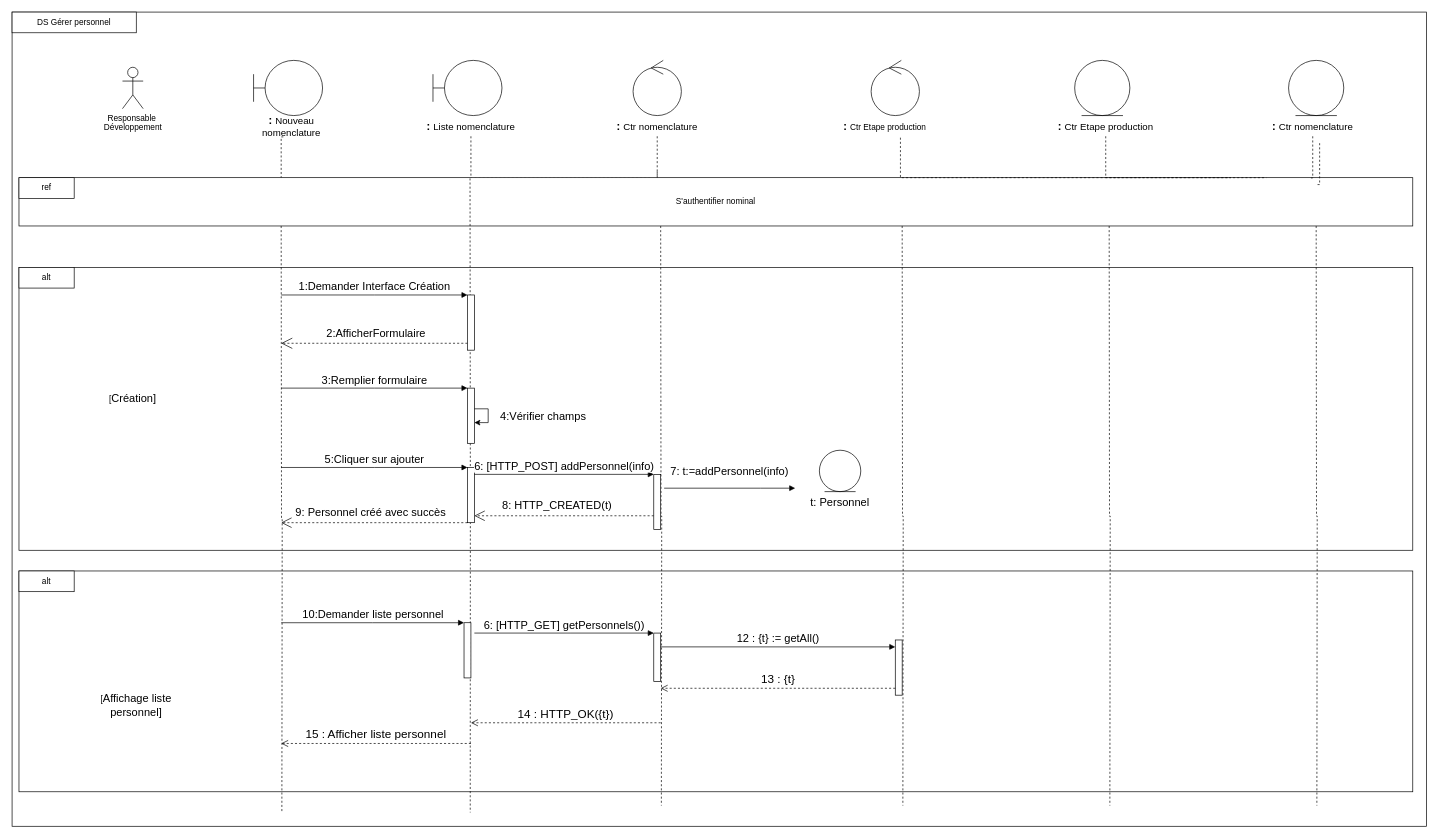
Earlier version of the draw.io diagram dsGérerNomenclature.drawio (AbdelazizBs/GPAO-SpringApp). Source tidied: cells renumbered, new cells numbered last; positions are measured from the earlier drawing's top-left corner, leaving out a move shared by most shapes. Both pictures are drawn from the tidied source at 69%, with x=0, y=0 at pixel (12, 12).
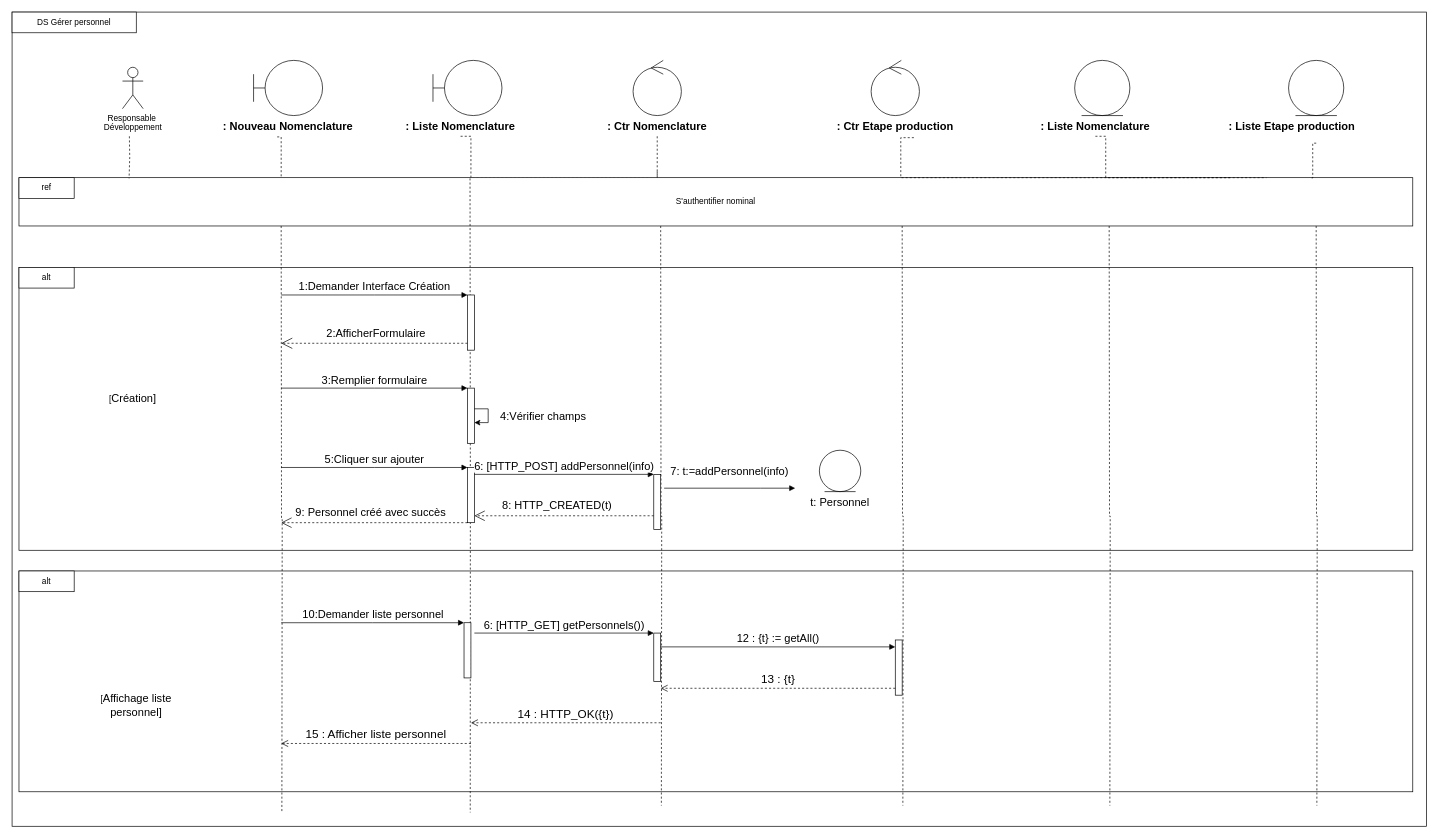
After the change.

Commit message (it also covers changes not shown here):
Mettre à jour dsGérerNomenclature.drawio

Unchanged cells that the change refers to:
```xml
<mxCell id="9" value="S'authentifier nominal" style="rounded=0;whiteSpace=wrap;html=1;" parent="1" vertex="1">
  <mxGeometry x="10" y="240" width="2020" height="70" as="geometry" />
</mxCell>
```

What changed in the source:
```diff
@@
     <mxCell id="7" style="edgeStyle=orthogonalEdgeStyle;rounded=0;jettySize=auto;html=1;entryX=0.454;entryY=0.013;entryDx=0;entryDy=0;entryPerimeter=0;endArrow=none;endFill=0;dashed=1;exitX=0.5;exitY=1;exitDx=0;exitDy=0;" parent="1" edge="1" source="18" target="9">
       <mxGeometry relative="1" as="geometry">
         <Array as="points">
+          <mxPoint x="665" y="180" />
           <mxPoint x="665" y="241" />
         </Array>
       </mxGeometry>
     </mxCell>
@@
-    <mxCell id="17" value="&lt;font style=&quot;&quot;&gt;&lt;b style=&quot;&quot;&gt;&lt;font style=&quot;font-size: 16px;&quot;&gt;: &lt;/font&gt;&lt;/b&gt;&lt;span style=&quot;font-size: 14px;&quot;&gt;Ctr nomenclature&lt;/span&gt;&lt;/font&gt;" style="text;html=1;strokeColor=none;fillColor=none;align=center;verticalAlign=middle;whiteSpace=wrap;rounded=0;" parent="1" vertex="1">
+    <mxCell id="17" value="&lt;span style=&quot;font-size: 16px;&quot;&gt;&lt;b&gt;: Ctr Nomenclature&lt;/b&gt;&lt;/span&gt;" style="text;html=1;strokeColor=none;fillColor=none;align=center;verticalAlign=middle;whiteSpace=wrap;rounded=0;" parent="1" vertex="1">
       <mxGeometry x="860" y="150" width="150" height="30" as="geometry" />
     </mxCell>
-    <mxCell id="18" value="&lt;font style=&quot;&quot;&gt;&lt;font style=&quot;font-weight: bold; font-size: 16px;&quot;&gt;: &lt;/font&gt;&lt;font style=&quot;font-size: 14px;&quot;&gt;Liste nomenclature&lt;/font&gt;&lt;/font&gt;" style="text;html=1;strokeColor=none;fillColor=none;align=center;verticalAlign=middle;whiteSpace=wrap;rounded=0;" parent="1" vertex="1">
-      <mxGeometry x="590" y="150" width="150" height="30" as="geometry" />
+    <mxCell id="18" value="&lt;span style=&quot;font-size: 16px;&quot;&gt;&lt;b&gt;: Liste Nomenclature&lt;/b&gt;&lt;/span&gt;" style="text;html=1;strokeColor=none;fillColor=none;align=center;verticalAlign=middle;whiteSpace=wrap;rounded=0;" parent="1" vertex="1">
+      <mxGeometry x="560" y="150" width="180" height="30" as="geometry" />
     </mxCell>
-    <mxCell id="19" value="&lt;font style=&quot;&quot;&gt;&lt;b style=&quot;&quot;&gt;&lt;font style=&quot;font-size: 16px;&quot;&gt;: &lt;/font&gt;&lt;/b&gt;&lt;span style=&quot;font-size: 14px;&quot;&gt;Nouveau nomenclature&lt;/span&gt;&lt;/font&gt;" style="text;html=1;strokeColor=none;fillColor=none;align=center;verticalAlign=middle;whiteSpace=wrap;rounded=0;" parent="1" vertex="1">
-      <mxGeometry x="330" y="150" width="150" height="30" as="geometry" />
+    <mxCell id="19" value="&lt;span style=&quot;font-size: 16px;&quot;&gt;&lt;b&gt;: Nouveau Nomenclature&lt;/b&gt;&lt;/span&gt;" style="text;html=1;strokeColor=none;fillColor=none;align=center;verticalAlign=middle;whiteSpace=wrap;rounded=0;" parent="1" vertex="1">
+      <mxGeometry x="300" y="150" width="200" height="30" as="geometry" />
     </mxCell>
-    <mxCell id="20" value="&lt;font style=&quot;&quot;&gt;&lt;b style=&quot;border-color: var(--border-color);&quot;&gt;&lt;font style=&quot;border-color: var(--border-color); font-size: 16px;&quot;&gt;:&amp;nbsp;&lt;/font&gt;&lt;/b&gt;Ctr Etape production&lt;span style=&quot;font-size: 14px;&quot;&gt;&lt;br&gt;&lt;/span&gt;&lt;/font&gt;" style="text;html=1;strokeColor=none;fillColor=none;align=center;verticalAlign=middle;whiteSpace=wrap;rounded=0;" parent="1" vertex="1">
-      <mxGeometry x="1190" y="150" width="150" height="30" as="geometry" />
+    <mxCell id="20" value="&lt;font style=&quot;&quot;&gt;&lt;span style=&quot;font-size: 16px;&quot;&gt;&lt;b&gt;: Ctr Etape production&lt;/b&gt;&lt;/span&gt;&lt;br&gt;&lt;/font&gt;" style="text;html=1;strokeColor=none;fillColor=none;align=center;verticalAlign=middle;whiteSpace=wrap;rounded=0;" parent="1" vertex="1">
+      <mxGeometry x="1190" y="150" width="180" height="30" as="geometry" />
     </mxCell>
@@
-    <mxCell id="58" value="&lt;font style=&quot;&quot;&gt;&lt;b style=&quot;&quot;&gt;&lt;font style=&quot;font-size: 16px;&quot;&gt;: &lt;/font&gt;&lt;/b&gt;&lt;span style=&quot;font-size: 14px;&quot;&gt;Ctr Etape production&lt;/span&gt;&lt;/font&gt;" style="text;html=1;strokeColor=none;fillColor=none;align=center;verticalAlign=middle;whiteSpace=wrap;rounded=0;" parent="1" vertex="1">
-      <mxGeometry x="1510" y="150" width="150" height="30" as="geometry" />
+    <mxCell id="58" value="&lt;span style=&quot;font-size: 16px;&quot;&gt;&lt;b&gt;: Liste Nomenclature&lt;/b&gt;&lt;/span&gt;" style="text;html=1;strokeColor=none;fillColor=none;align=center;verticalAlign=middle;whiteSpace=wrap;rounded=0;" parent="1" vertex="1">
+      <mxGeometry x="1480" y="150" width="180" height="30" as="geometry" />
     </mxCell>
@@
-    <mxCell id="60" style="edgeStyle=orthogonalEdgeStyle;rounded=0;jettySize=auto;html=1;entryX=0.926;entryY=0.005;entryDx=0;entryDy=0;entryPerimeter=0;endArrow=none;endFill=0;dashed=1;exitX=0.5;exitY=1;exitDx=0;exitDy=0;" parent="1" edge="1" source="61" target="9">
+    <mxCell id="60" style="edgeStyle=orthogonalEdgeStyle;rounded=0;jettySize=auto;html=1;entryX=0.926;entryY=0.005;entryDx=0;entryDy=0;entryPerimeter=0;endArrow=none;endFill=0;dashed=1;exitX=0.667;exitY=1.333;exitDx=0;exitDy=0;exitPerimeter=0;" parent="1" edge="1" source="61" target="9">
       <mxGeometry relative="1" as="geometry">
         <Array as="points">
+          <mxPoint x="1885" y="190" />
           <mxPoint x="1885" y="240" />
         </Array>
       </mxGeometry>
     </mxCell>
-    <mxCell id="61" value="&lt;font style=&quot;&quot;&gt;&lt;b style=&quot;&quot;&gt;&lt;font style=&quot;font-size: 16px;&quot;&gt;: &lt;/font&gt;&lt;/b&gt;&lt;span style=&quot;font-size: 14px;&quot;&gt;Ctr nomenclature&lt;/span&gt;&lt;/font&gt;" style="text;html=1;strokeColor=none;fillColor=none;align=center;verticalAlign=middle;whiteSpace=wrap;rounded=0;" parent="1" vertex="1">
-      <mxGeometry x="1810" y="150" width="150" height="30" as="geometry" />
+    <mxCell id="61" value="&lt;span style=&quot;font-size: 16px;&quot;&gt;&lt;b&gt;: Liste Etape production&lt;/b&gt;&lt;/span&gt;" style="text;html=1;strokeColor=none;fillColor=none;align=center;verticalAlign=middle;whiteSpace=wrap;rounded=0;" parent="1" vertex="1">
+      <mxGeometry x="1750" y="150" width="210" height="30" as="geometry" />
     </mxCell>
@@
-    <mxCell id="66" style="edgeStyle=orthogonalEdgeStyle;rounded=0;orthogonalLoop=1;jettySize=auto;html=1;entryX=0.926;entryY=0.005;entryDx=0;entryDy=0;entryPerimeter=0;endArrow=none;endFill=0;dashed=1;exitX=0.5;exitY=1;exitDx=0;exitDy=0;" parent="1" edge="1">
+    <mxCell id="66" style="edgeStyle=orthogonalEdgeStyle;rounded=0;jettySize=auto;html=1;entryX=0.079;entryY=0.015;entryDx=0;entryDy=0;entryPerimeter=0;endArrow=none;endFill=0;dashed=1;" parent="1" edge="1" target="9">
       <mxGeometry relative="1" as="geometry">
-        <mxPoint x="1895" y="190" as="sourcePoint" />
-        <mxPoint x="1891" y="250" as="targetPoint" />
-        <Array as="points">
-          <mxPoint x="1895" y="250" />
-        </Array>
+        <mxPoint x="170" y="180" as="sourcePoint" />
       </mxGeometry>
     </mxCell>
```
